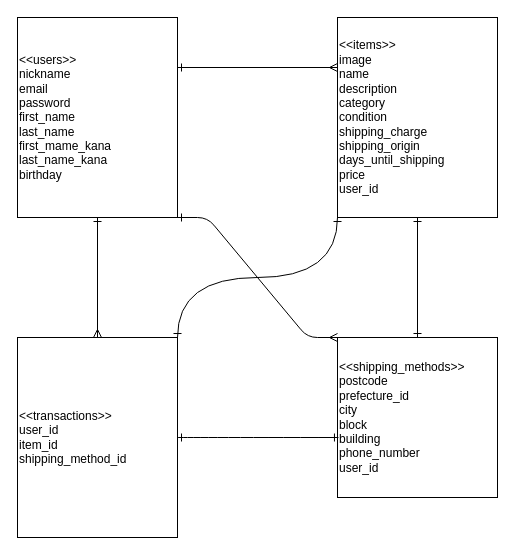
Above: drawio/furima.drawio in yutaiko/furima_28263 (draw.io), before the change. Source tidied: cells renumbered, new cells numbered last; positions are measured from the earlier drawing's top-left corner, leaving out a move shared by most shapes. Both pictures are drawn from the tidied source at 100%, with x=0, y=0 at pixel (17, 17).
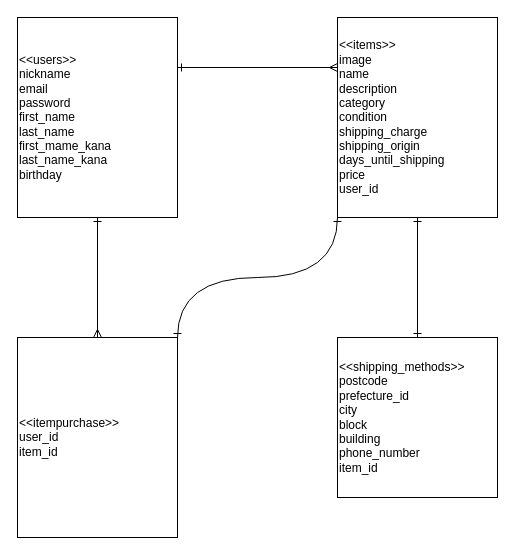
After the change.

Change to the diagram source:
```diff
@@
 <mxGraphModel>
   <root>
     <mxCell id="0" />
     <mxCell id="1" parent="0" />
     <mxCell id="2" value="&amp;lt;&amp;lt;users&amp;gt;&amp;gt;&lt;br&gt;nickname&lt;br&gt;email&lt;br&gt;password&lt;br&gt;first_name&lt;br&gt;last_name&lt;br&gt;first_mame_kana&lt;br&gt;last_name_kana&lt;br&gt;birthday" style="rounded=0;whiteSpace=wrap;html=1;align=left;" parent="1" vertex="1">
       <mxGeometry width="160" height="200" as="geometry" />
     </mxCell>
     <mxCell id="3" style="edgeStyle=none;rounded=0;jettySize=auto;html=1;exitX=0.5;exitY=1;exitDx=0;exitDy=0;startArrow=ERoneToMany;startFill=0;endArrow=ERone;endFill=0;strokeWidth=1;" parent="1" edge="1" source="4">
       <mxGeometry relative="1" as="geometry">
         <mxPoint x="400" y="200" as="targetPoint" />
       </mxGeometry>
     </mxCell>
     <mxCell id="4" value="&amp;lt;&amp;lt;items&amp;gt;&amp;gt;&lt;br&gt;image&lt;br&gt;name&lt;br&gt;description&lt;br&gt;category&lt;br&gt;condition&lt;br&gt;shipping_charge&lt;br&gt;shipping_origin&lt;br&gt;days_until_shipping&lt;br&gt;price&lt;br&gt;user_id" style="rounded=0;whiteSpace=wrap;html=1;align=left;" parent="1" vertex="1">
       <mxGeometry x="320" width="160" height="200" as="geometry" />
     </mxCell>
-    <mxCell id="5" value="&amp;lt;&amp;lt;shipping_methods&amp;gt;&amp;gt;&lt;br&gt;postcode&lt;br&gt;prefecture_id&lt;br&gt;&lt;div&gt;&lt;span&gt;city&lt;/span&gt;&lt;/div&gt;&lt;div&gt;&lt;span&gt;block&lt;/span&gt;&lt;/div&gt;building&lt;br&gt;phone_number&lt;br&gt;user_id" style="rounded=0;whiteSpace=wrap;html=1;align=left;" parent="1" vertex="1">
+    <mxCell id="5" value="&amp;lt;&amp;lt;shipping_methods&amp;gt;&amp;gt;&lt;br&gt;postcode&lt;br&gt;prefecture_id&lt;br&gt;&lt;div&gt;&lt;span&gt;city&lt;/span&gt;&lt;/div&gt;&lt;div&gt;&lt;span&gt;block&lt;/span&gt;&lt;/div&gt;building&lt;br&gt;phone_number&lt;br&gt;item_id" style="rounded=0;whiteSpace=wrap;html=1;align=left;" parent="1" vertex="1">
       <mxGeometry x="320" y="320" width="160" height="160" as="geometry" />
     </mxCell>
     <mxCell id="6" style="fontSize=12;html=1;endArrow=ERone;startArrow=ERone;strokeWidth=1;exitX=0.5;exitY=1;exitDx=0;exitDy=0;endFill=0;startFill=0;" parent="1" edge="1" source="4" target="5">
       <mxGeometry relative="1" as="geometry" />
     </mxCell>
-    <mxCell id="7" style="edgeStyle=entityRelationEdgeStyle;fontSize=12;html=1;endArrow=ERmany;strokeWidth=1;exitX=1;exitY=1;exitDx=0;exitDy=0;entryX=0;entryY=0;entryDx=0;entryDy=0;startArrow=ERone;startFill=0;endFill=0;" parent="1" edge="1" source="2" target="5">
-      <mxGeometry relative="1" as="geometry" />
-    </mxCell>
     <mxCell id="8" style="fontSize=12;html=1;endArrow=ERmany;strokeWidth=1;entryX=0;entryY=0.25;entryDx=0;entryDy=0;exitX=1;exitY=0.25;exitDx=0;exitDy=0;startArrow=ERone;startFill=0;endFill=0;" parent="1" edge="1" source="2" target="4">
       <mxGeometry relative="1" as="geometry" />
     </mxCell>
     <mxCell id="9" style="edgeStyle=orthogonalEdgeStyle;rounded=0;jettySize=auto;html=1;exitX=0.5;exitY=0;exitDx=0;exitDy=0;entryX=0.5;entryY=1;entryDx=0;entryDy=0;endArrow=ERone;endFill=0;startArrow=ERmany;startFill=0;" parent="1" edge="1" source="12" target="2">
       <mxGeometry relative="1" as="geometry" />
     </mxCell>
     <mxCell id="10" style="edgeStyle=orthogonalEdgeStyle;rounded=0;jettySize=auto;html=1;exitX=1;exitY=0;exitDx=0;exitDy=0;entryX=0;entryY=1;entryDx=0;entryDy=0;startArrow=ERone;startFill=0;endArrow=ERone;endFill=0;curved=1;" parent="1" edge="1" source="12" target="4">
       <mxGeometry relative="1" as="geometry" />
     </mxCell>
-    <mxCell id="11" style="edgeStyle=orthogonalEdgeStyle;curved=1;rounded=0;jettySize=auto;html=1;entryX=0.006;entryY=0.625;entryDx=0;entryDy=0;entryPerimeter=0;startArrow=ERone;startFill=0;endArrow=ERone;endFill=0;" parent="1" edge="1" source="12" target="5">
-      <mxGeometry relative="1" as="geometry" />
-    </mxCell>
-    <mxCell id="12" value="&amp;lt;&amp;lt;transactions&amp;gt;&amp;gt;&lt;br&gt;user_id&lt;br&gt;item_id&lt;br&gt;shipping_method_id" style="rounded=0;whiteSpace=wrap;html=1;align=left;" parent="1" vertex="1">
+    <mxCell id="12" value="&amp;lt;&amp;lt;itempurchase&amp;gt;&amp;gt;&lt;br&gt;user_id&lt;br&gt;item_id" style="rounded=0;whiteSpace=wrap;html=1;align=left;" parent="1" vertex="1">
       <mxGeometry y="320" width="160" height="200" as="geometry" />
     </mxCell>
   </root>
 </mxGraphModel>
```
